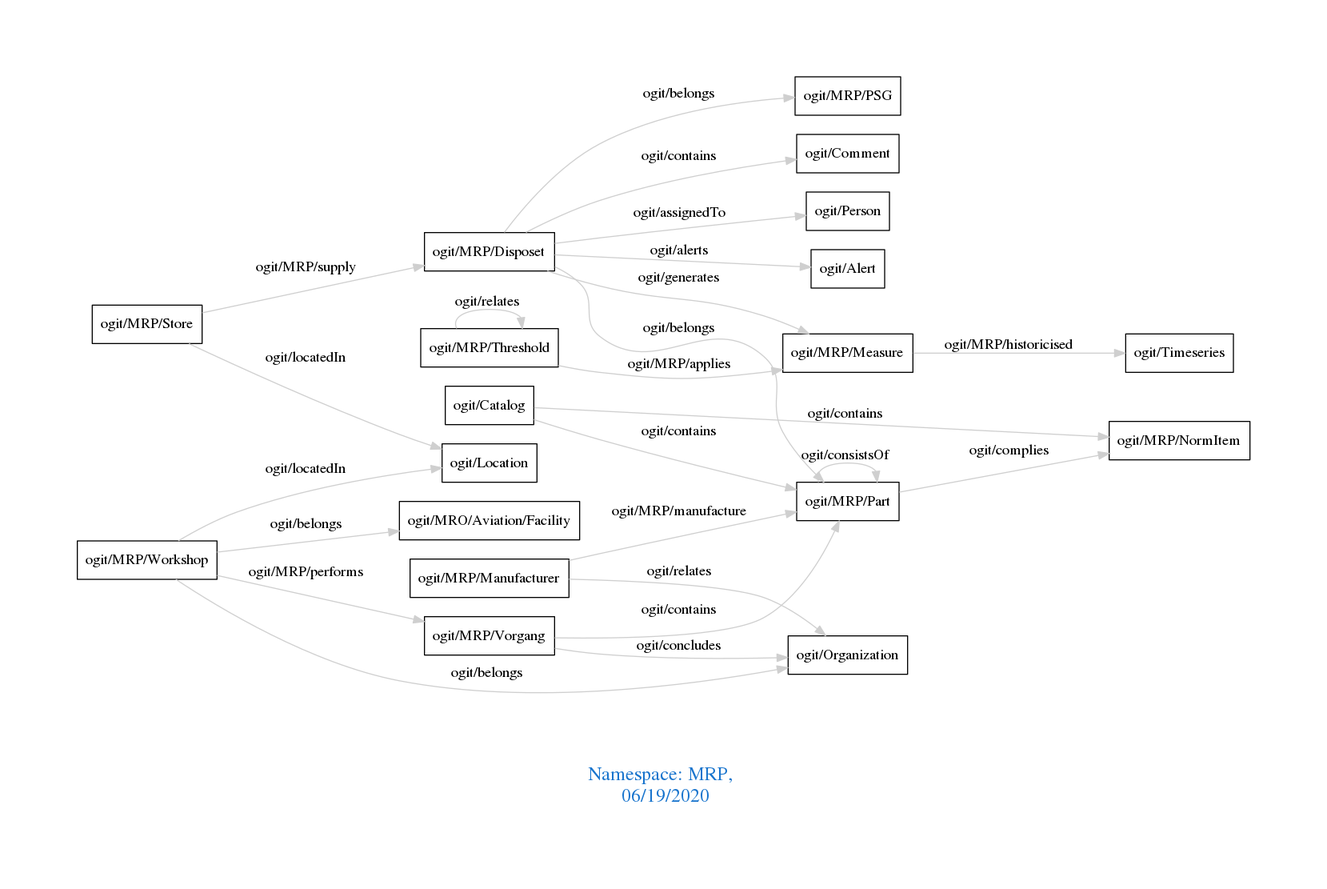
Before: downloads/MRP.png, a diagram exported from Graphviz (arago/OGIT). Its source is kept beside it as downloads/MRP.dot.
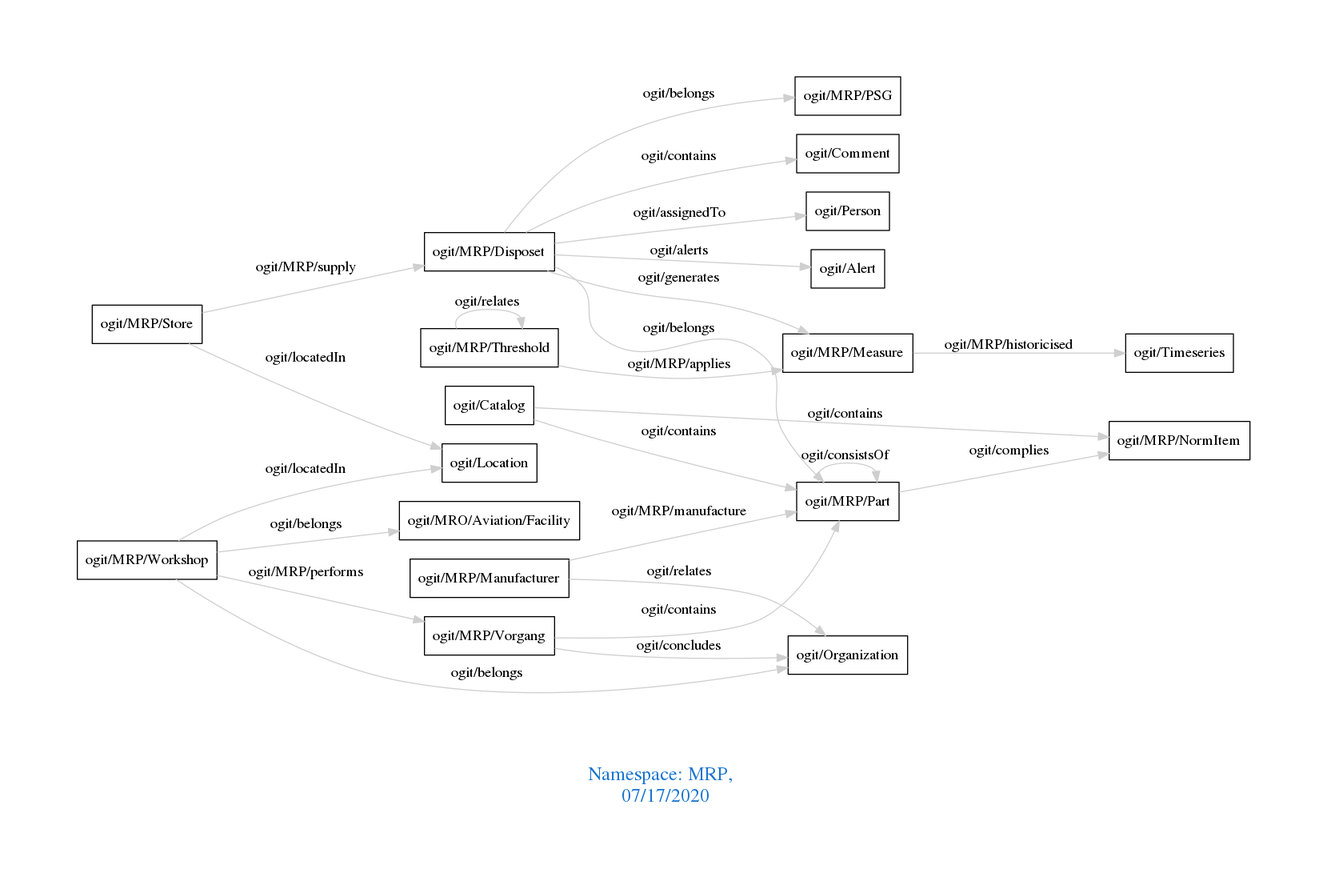
The same file after the commit.

The edit, as a diff of the source:
```diff
@@ -1,7 +1,7 @@
 digraph OGIT_ontology {
  graph [ rankdir= LR,pad=1
 fontsize = 18,
-fontcolor= dodgerblue3,label = "\n\n\nNamespace: MRP, \n 06/19/2020"];
+fontcolor= dodgerblue3,label = "\n\n\nNamespace: MRP, \n 07/17/2020"];
 node[shape=polygon];
 edge [  color="gray81"];
 
```
